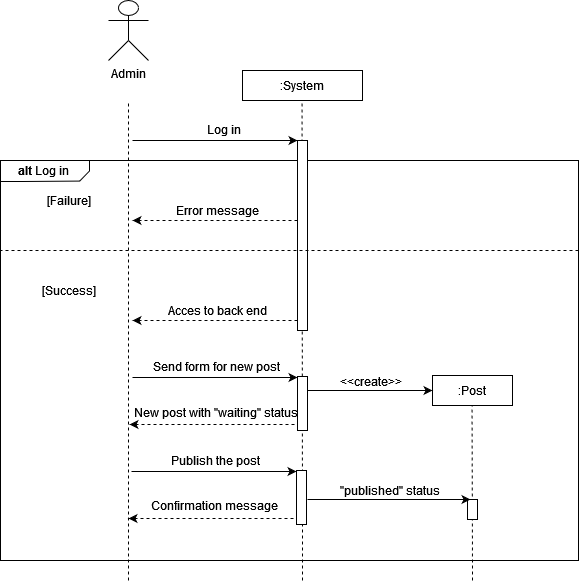
This is diagrammes/diagrammes de séquence/Sequence diagram-Create a new post.png from GN4RK/p5-blog, a draw.io export, as it was before one commit. Source tidied: cells renumbered, new cells last; positions are measured from the earlier drawing's top-left corner, leaving out a move shared by most shapes. Its diagram source:
```xml
<mxGraphModel>
  <root>
    <mxCell id="0" />
    <mxCell id="1" parent="0" />
    <mxCell id="2" style="verticalLabelPosition=bottom;verticalAlign=top;html=1;shape=mxgraph.basic.rect;fillColor2=none;strokeWidth=1;size=20;indent=5;" parent="1" vertex="1">
      <mxGeometry y="160" width="578" height="400" as="geometry" />
    </mxCell>
    <mxCell id="3" value="Admin" style="shape=umlActor;verticalLabelPosition=bottom;verticalAlign=top;html=1;" parent="1" vertex="1">
      <mxGeometry x="108" width="40" height="60" as="geometry" />
    </mxCell>
    <mxCell id="4" style="endArrow=none;dashed=1;html=1;rounded=0;" parent="1" edge="1">
      <mxGeometry relative="1" as="geometry">
        <mxPoint x="128" y="580" as="sourcePoint" />
        <mxPoint x="128" y="100" as="targetPoint" />
      </mxGeometry>
    </mxCell>
    <mxCell id="5" value=":System" style="rounded=0;whiteSpace=wrap;html=1;" parent="1" vertex="1">
      <mxGeometry x="242" y="70" width="120" height="30" as="geometry" />
    </mxCell>
    <mxCell id="6" style="endArrow=none;dashed=1;html=1;rounded=0;" parent="1" edge="1">
      <mxGeometry relative="1" as="geometry">
        <mxPoint x="302" y="580" as="sourcePoint" />
        <mxPoint x="301.5" y="100" as="targetPoint" />
      </mxGeometry>
    </mxCell>
    <mxCell id="7" style="endArrow=classic;html=1;rounded=0;entryX=0;entryY=0;entryDx=0;entryDy=0;" parent="1" edge="1">
      <mxGeometry relative="1" as="geometry">
        <mxPoint x="132" y="140" as="sourcePoint" />
        <mxPoint x="297" y="140" as="targetPoint" />
      </mxGeometry>
    </mxCell>
    <mxCell id="8" value="&lt;div&gt;&lt;font style=&quot;font-size: 12px&quot;&gt;Log in&lt;/font&gt;&lt;/div&gt;" style="edgeLabel;html=1;align=center;verticalAlign=middle;" parent="7" vertex="1">
      <mxGeometry x="-0.2" y="2" relative="1" as="geometry">
        <mxPoint x="24" y="-10" as="offset" />
      </mxGeometry>
    </mxCell>
    <mxCell id="9" style="rounded=0;whiteSpace=wrap;html=1;" parent="1" vertex="1">
      <mxGeometry x="297" y="140" width="10" height="190" as="geometry" />
    </mxCell>
    <mxCell id="10" style="endArrow=classic;html=1;rounded=0;exitX=0;exitY=0.75;exitDx=0;exitDy=0;dashed=1;" parent="1" edge="1">
      <mxGeometry relative="1" as="geometry">
        <mxPoint x="297" y="220" as="sourcePoint" />
        <mxPoint x="132" y="220" as="targetPoint" />
      </mxGeometry>
    </mxCell>
    <mxCell id="11" value="Error message" style="text;html=1;align=center;verticalAlign=middle;strokeColor=none;fillColor=none;" parent="1" vertex="1">
      <mxGeometry x="167" y="200" width="100" height="20" as="geometry" />
    </mxCell>
    <mxCell id="12" style="verticalLabelPosition=bottom;verticalAlign=top;html=1;shape=mxgraph.basic.polygon;polyCoords=[[0,0],[1,0],[1,0.25],[1,0.5],[0.89,0.98],[0.25,1],[0,1],[0,0.25]];polyline=0;" parent="1" vertex="1">
      <mxGeometry y="160" width="89" height="21" as="geometry" />
    </mxCell>
    <mxCell id="13" value="&lt;b&gt;alt&lt;/b&gt; Log in" style="text;html=1;align=center;verticalAlign=middle;strokeColor=none;fillColor=none;" parent="1" vertex="1">
      <mxGeometry x="8" y="160" width="70" height="20" as="geometry" />
    </mxCell>
    <mxCell id="14" value="[Failure]" style="text;html=1;align=center;verticalAlign=middle;strokeColor=none;fillColor=none;" parent="1" vertex="1">
      <mxGeometry x="38" y="190" width="60" height="20" as="geometry" />
    </mxCell>
    <mxCell id="15" style="endArrow=none;dashed=1;html=1;rounded=0;fontSize=12;" parent="1" edge="1">
      <mxGeometry relative="1" as="geometry">
        <mxPoint x="578" y="250" as="sourcePoint" />
        <mxPoint y="250" as="targetPoint" />
      </mxGeometry>
    </mxCell>
    <mxCell id="16" value="[Success]" style="text;html=1;align=center;verticalAlign=middle;strokeColor=none;fillColor=none;" parent="1" vertex="1">
      <mxGeometry x="33" y="280" width="70" height="20" as="geometry" />
    </mxCell>
    <mxCell id="17" style="endArrow=classic;html=1;rounded=0;exitX=0;exitY=0.75;exitDx=0;exitDy=0;dashed=1;" parent="1" edge="1">
      <mxGeometry relative="1" as="geometry">
        <mxPoint x="297" y="320" as="sourcePoint" />
        <mxPoint x="132" y="320" as="targetPoint" />
      </mxGeometry>
    </mxCell>
    <mxCell id="18" value="Acces to back end" style="text;html=1;align=center;verticalAlign=middle;strokeColor=none;fillColor=none;" parent="1" vertex="1">
      <mxGeometry x="162" y="300" width="110" height="20" as="geometry" />
    </mxCell>
    <mxCell id="19" style="endArrow=classic;html=1;rounded=0;entryX=0;entryY=0;entryDx=0;entryDy=0;" parent="1" edge="1">
      <mxGeometry relative="1" as="geometry">
        <mxPoint x="132" y="377" as="sourcePoint" />
        <mxPoint x="297" y="377" as="targetPoint" />
      </mxGeometry>
    </mxCell>
    <mxCell id="20" value="&lt;div&gt;&lt;font style=&quot;font-size: 12px&quot;&gt;Send form for new post&lt;br&gt;&lt;/font&gt;&lt;/div&gt;" style="edgeLabel;html=1;align=center;verticalAlign=middle;" parent="19" vertex="1">
      <mxGeometry x="-0.2" y="2" relative="1" as="geometry">
        <mxPoint x="17" y="-10" as="offset" />
      </mxGeometry>
    </mxCell>
    <mxCell id="21" style="endArrow=classic;html=1;rounded=0;exitX=0;exitY=0.75;exitDx=0;exitDy=0;dashed=1;" parent="1" edge="1">
      <mxGeometry relative="1" as="geometry">
        <mxPoint x="294" y="424" as="sourcePoint" />
        <mxPoint x="129" y="424" as="targetPoint" />
      </mxGeometry>
    </mxCell>
    <mxCell id="22" value="New post with &quot;waiting&quot; status" style="text;html=1;align=center;verticalAlign=middle;strokeColor=none;fillColor=none;" parent="1" vertex="1">
      <mxGeometry x="125" y="402" width="180" height="20" as="geometry" />
    </mxCell>
    <mxCell id="23" value=":Post" style="rounded=0;whiteSpace=wrap;html=1;fontSize=12;" parent="1" vertex="1">
      <mxGeometry x="432" y="375" width="80" height="30" as="geometry" />
    </mxCell>
    <mxCell id="24" style="endArrow=none;dashed=1;html=1;rounded=0;" parent="1" edge="1">
      <mxGeometry relative="1" as="geometry">
        <mxPoint x="472" y="580" as="sourcePoint" />
        <mxPoint x="471.5" y="405" as="targetPoint" />
      </mxGeometry>
    </mxCell>
    <mxCell id="25" style="edgeStyle=orthogonalEdgeStyle;rounded=0;orthogonalLoop=1;jettySize=auto;html=1;fontSize=12;" parent="1" edge="1">
      <mxGeometry relative="1" as="geometry">
        <mxPoint x="307" y="390" as="sourcePoint" />
        <mxPoint x="432" y="390" as="targetPoint" />
      </mxGeometry>
    </mxCell>
    <mxCell id="26" value="&amp;lt;&amp;lt;create&amp;gt;&amp;gt;" style="edgeLabel;html=1;align=center;verticalAlign=middle;fontSize=12;" parent="25" vertex="1">
      <mxGeometry x="0.17" relative="1" as="geometry">
        <mxPoint x="-11" y="-10" as="offset" />
      </mxGeometry>
    </mxCell>
    <mxCell id="27" style="rounded=0;whiteSpace=wrap;html=1;" parent="1" vertex="1">
      <mxGeometry x="297" y="376" width="10" height="54" as="geometry" />
    </mxCell>
    <mxCell id="28" style="endArrow=classic;html=1;rounded=0;entryX=0;entryY=0;entryDx=0;entryDy=0;" parent="1" edge="1">
      <mxGeometry relative="1" as="geometry">
        <mxPoint x="131" y="471" as="sourcePoint" />
        <mxPoint x="296" y="471" as="targetPoint" />
      </mxGeometry>
    </mxCell>
    <mxCell id="29" value="&lt;div&gt;&lt;font style=&quot;font-size: 12px&quot;&gt;Publish the post&lt;br&gt;&lt;/font&gt;&lt;/div&gt;" style="edgeLabel;html=1;align=center;verticalAlign=middle;" parent="28" vertex="1">
      <mxGeometry x="-0.2" y="2" relative="1" as="geometry">
        <mxPoint x="17" y="-10" as="offset" />
      </mxGeometry>
    </mxCell>
    <mxCell id="30" value="Confirmation message" style="text;html=1;align=center;verticalAlign=middle;strokeColor=none;fillColor=none;" parent="1" vertex="1">
      <mxGeometry x="144" y="495" width="140" height="20" as="geometry" />
    </mxCell>
    <mxCell id="31" style="rounded=0;whiteSpace=wrap;html=1;" parent="1" vertex="1">
      <mxGeometry x="296" y="470" width="10" height="54" as="geometry" />
    </mxCell>
    <mxCell id="32" style="endArrow=classic;html=1;rounded=0;exitX=0;exitY=0.75;exitDx=0;exitDy=0;dashed=1;" parent="1" edge="1">
      <mxGeometry relative="1" as="geometry">
        <mxPoint x="293" y="518" as="sourcePoint" />
        <mxPoint x="128" y="518" as="targetPoint" />
      </mxGeometry>
    </mxCell>
    <mxCell id="33" style="rounded=0;whiteSpace=wrap;html=1;" parent="1" vertex="1">
      <mxGeometry x="467" y="499" width="10" height="20" as="geometry" />
    </mxCell>
    <mxCell id="34" style="endArrow=classic;html=1;rounded=0;entryX=0;entryY=0.25;entryDx=0;entryDy=0;" parent="1" edge="1">
      <mxGeometry relative="1" as="geometry">
        <mxPoint x="307" y="499" as="sourcePoint" />
        <mxPoint x="470" y="499" as="targetPoint" />
      </mxGeometry>
    </mxCell>
    <mxCell id="35" value="&lt;div&gt;&quot;published&quot; status&lt;br&gt;&lt;/div&gt;" style="edgeLabel;html=1;align=center;verticalAlign=middle;fontSize=12;" parent="34" vertex="1">
      <mxGeometry x="-0.2" y="2" relative="1" as="geometry">
        <mxPoint x="16" y="-8" as="offset" />
      </mxGeometry>
    </mxCell>
  </root>
</mxGraphModel>
```
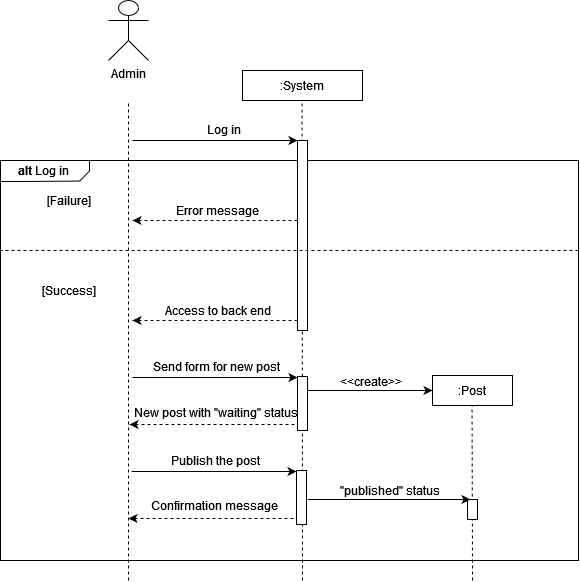
The same diagram one commit later.

Commit message:
typo correction

The edit, as a diff of the source:
```diff
@@ -70,8 +70,8 @@
         <mxPoint x="132" y="320" as="targetPoint" />
       </mxGeometry>
     </mxCell>
-    <mxCell id="18" value="Acces to back end" style="text;html=1;align=center;verticalAlign=middle;strokeColor=none;fillColor=none;" parent="1" vertex="1">
-      <mxGeometry x="162" y="300" width="110" height="20" as="geometry" />
+    <mxCell id="18" value="Access to back end" style="text;html=1;align=center;verticalAlign=middle;strokeColor=none;fillColor=none;" parent="1" vertex="1">
+      <mxGeometry x="157" y="300" width="120" height="20" as="geometry" />
     </mxCell>
     <mxCell id="19" style="endArrow=classic;html=1;rounded=0;entryX=0;entryY=0;entryDx=0;entryDy=0;" parent="1" edge="1">
       <mxGeometry relative="1" as="geometry">
```
